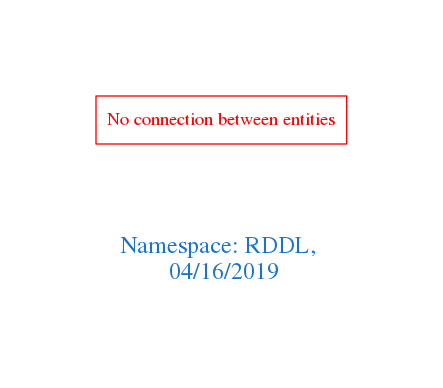
The Graphviz diagram downloads/RDDL.png in arago/OGIT, before a commit. Its source is kept beside it as downloads/RDDL.dot.
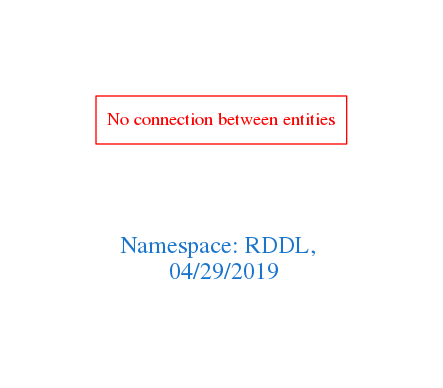
The same file after the commit.

What changed in the source:
```diff
@@ -1,7 +1,7 @@
 digraph OGIT_ontology {
  graph [ rankdir= LR,pad=1
 fontsize = 18,
-fontcolor= dodgerblue3,label = "\n\n\nNamespace: RDDL, \n 04/16/2019"];
+fontcolor= dodgerblue3,label = "\n\n\nNamespace: RDDL, \n 04/29/2019"];
 node[shape=polygon];
 edge [  color="gray81"];
 
```
